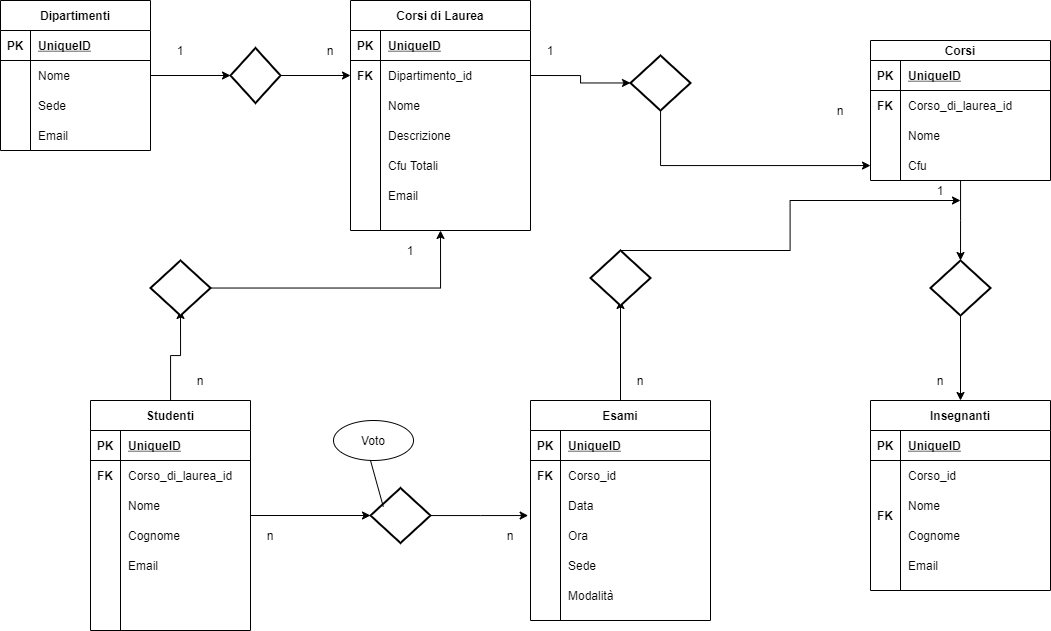
This is db-university.png from MarcoPorcaro1987/db-university, a draw.io export, as it was before one commit. Source tidied: cells renumbered, new cells last; positions are measured from the earlier drawing's top-left corner, leaving out a move shared by most shapes.
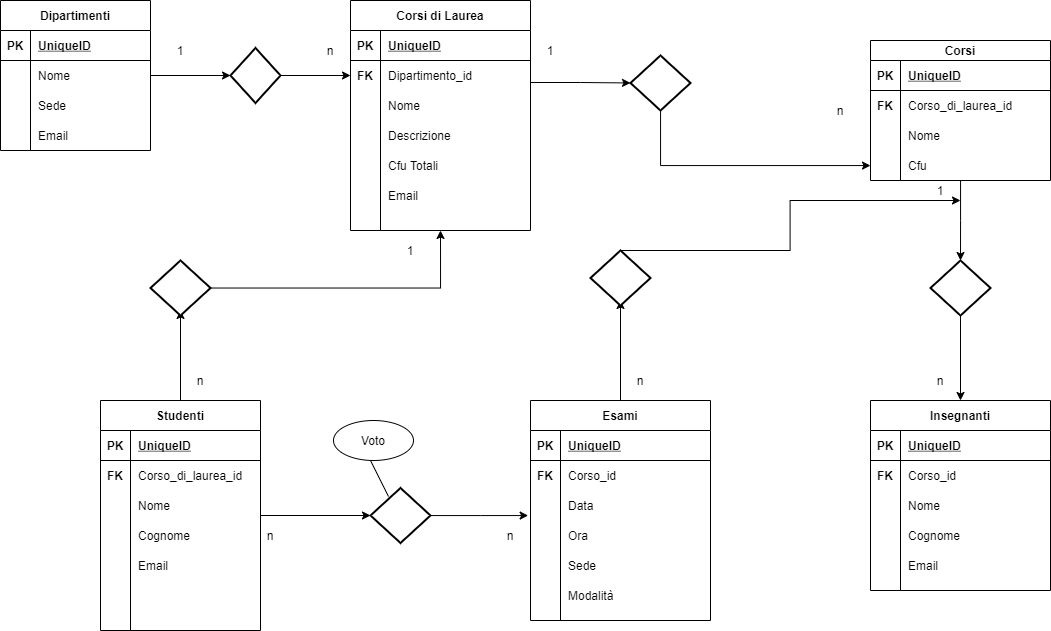
Above is the later version.

Diff of the diagram source:
```diff
@@ -265,7 +265,7 @@
       <mxGeometry relative="1" as="geometry" />
     </mxCell>
     <mxCell id="86" value="Studenti" style="shape=table;startSize=30;rowLines=0;fontStyle=1;align=center;" parent="1" vertex="1">
-      <mxGeometry x="90" y="400" width="160" height="230" as="geometry" />
+      <mxGeometry x="100" y="400" width="160" height="230" as="geometry" />
     </mxCell>
     <mxCell id="87" style="shape=partialRectangle;fillColor=none;top=0;left=0;bottom=1;right=0;" parent="86" vertex="1">
       <mxGeometry y="30" width="160" height="30" as="geometry" />
@@ -327,8 +327,10 @@
     <mxCell id="106" value="n" style="text;html=1;strokeColor=none;fillColor=none;align=center;verticalAlign=middle;whiteSpace=wrap;rounded=0;" parent="1" vertex="1">
       <mxGeometry x="310" y="40" width="40" height="20" as="geometry" />
     </mxCell>
-    <mxCell id="107" style="edgeStyle=orthogonalEdgeStyle;rounded=0;jettySize=auto;html=1;exitX=1;exitY=0.5;exitDx=0;exitDy=0;" parent="1" edge="1" source="19" target="109">
-      <mxGeometry relative="1" as="geometry" />
+    <mxCell id="107" style="edgeStyle=orthogonalEdgeStyle;rounded=0;jettySize=auto;html=1;" parent="1" edge="1" target="109">
+      <mxGeometry relative="1" as="geometry">
+        <mxPoint x="530" y="82" as="sourcePoint" />
+      </mxGeometry>
     </mxCell>
     <mxCell id="108" style="edgeStyle=orthogonalEdgeStyle;rounded=0;jettySize=auto;html=1;" parent="1" edge="1" source="109" target="61">
       <mxGeometry relative="1" as="geometry" />
@@ -355,7 +357,7 @@
       <mxGeometry x="920" y="370" width="40" height="20" as="geometry" />
     </mxCell>
     <mxCell id="116" value="FK" style="shape=partialRectangle;fillColor=none;top=0;left=0;bottom=0;right=0;overflow=hidden;fontStyle=1;" parent="1" vertex="1">
-      <mxGeometry x="870" y="500" width="30" height="30" as="geometry" />
+      <mxGeometry x="870" y="460" width="30" height="30" as="geometry" />
     </mxCell>
     <mxCell id="117" style="edgeStyle=elbowEdgeStyle;elbow=horizontal;endArrow=classic;html=1;rounded=0;" parent="1" edge="1">
       <mxGeometry relative="1" as="geometry">
@@ -398,8 +400,9 @@
     <mxCell id="128" value="Voto" style="ellipse;whiteSpace=wrap;html=1;direction=west;" parent="1" vertex="1">
       <mxGeometry x="333" y="420" width="80" height="40" as="geometry" />
     </mxCell>
-    <mxCell id="129" style="endArrow=none;html=1;rounded=0;exitX=0.213;exitY=0.339;exitDx=0;exitDy=0;exitPerimeter=0;" parent="1" edge="1" source="125">
+    <mxCell id="129" style="endArrow=none;html=1;rounded=0;" parent="1" edge="1">
       <mxGeometry relative="1" as="geometry">
+        <mxPoint x="388" y="496" as="sourcePoint" />
         <mxPoint x="370" y="460" as="targetPoint" />
       </mxGeometry>
     </mxCell>
```
